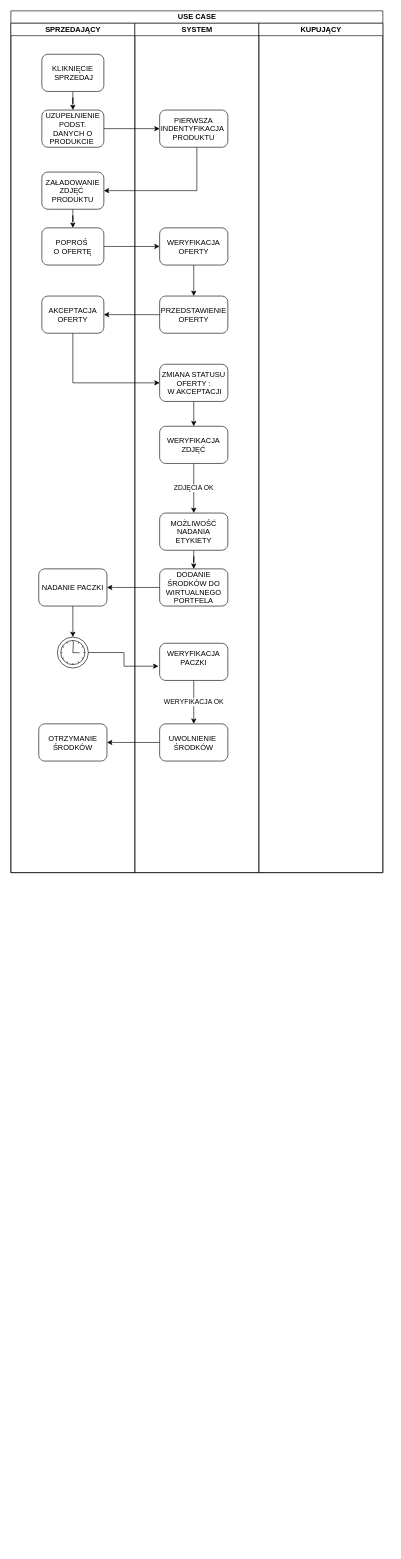
Above: page "Page-2" (2 of 2) of Boxes Use Case.drawio in Ahexx/Ether (draw.io), before the change. Source tidied: cells renumbered, new cells numbered last; positions are measured from the earlier drawing's top-left corner, leaving out a move shared by most shapes. Both pictures are drawn from the tidied source at 62%, with x=0, y=0 at pixel (11, 11).
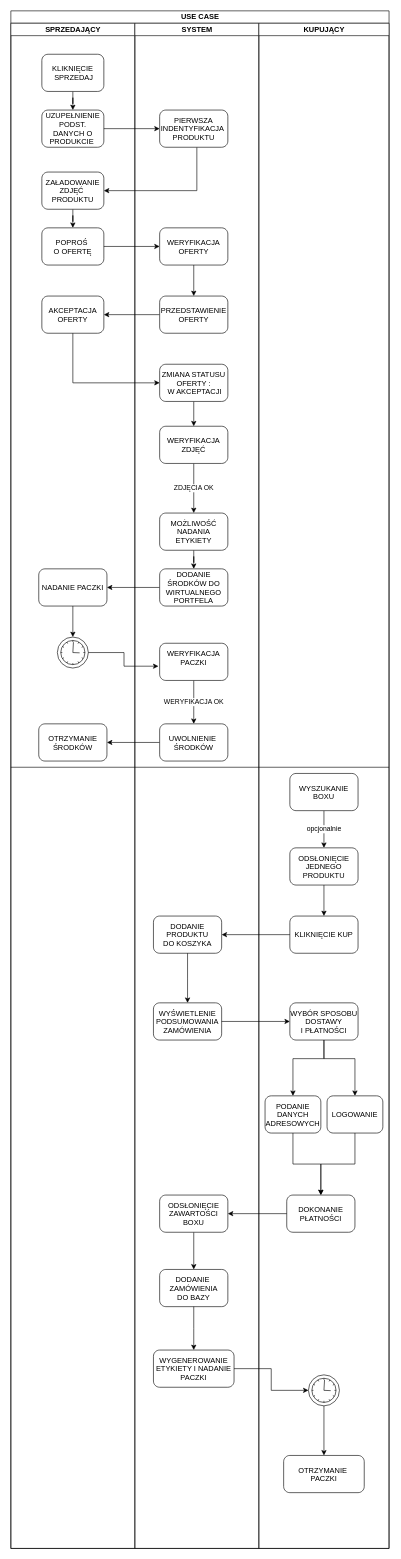
After the change.

The change refers to these unchanged cells:
```xml
<mxCell id="6" value="UZUPEŁNIENIE&#10;PODST.&#10; DANYCH O &#10;PRODUKCIE " style="points=[[0.25,0,0],[0.5,0,0],[0.75,0,0],[1,0.25,0],[1,0.5,0],[1,0.75,0],[0.75,1,0],[0.5,1,0],[0.25,1,0],[0,0.75,0],[0,0.5,0],[0,0.25,0]];shape=mxgraph.bpmn.task;rectStyle=rounded;size=10;taskMarker=abstract;labelBackgroundColor=none;" parent="3" vertex="1">
  <mxGeometry x="50" y="140" width="100" height="60" as="geometry" />
</mxCell>
<mxCell id="8" value="ZAŁADOWANIE&#10;ZDJĘĆ &#10;PRODUKTU" style="points=[[0.25,0,0],[0.5,0,0],[0.75,0,0],[1,0.25,0],[1,0.5,0],[1,0.75,0],[0.75,1,0],[0.5,1,0],[0.25,1,0],[0,0.75,0],[0,0.5,0],[0,0.25,0]];shape=mxgraph.bpmn.task;rectStyle=rounded;size=10;taskMarker=abstract;labelBackgroundColor=none;" parent="3" vertex="1">
  <mxGeometry x="50" y="240" width="100" height="60" as="geometry" />
</mxCell>
<mxCell id="9" value="POPROŚ &#10;O OFERTĘ" style="points=[[0.25,0,0],[0.5,0,0],[0.75,0,0],[1,0.25,0],[1,0.5,0],[1,0.75,0],[0.75,1,0],[0.5,1,0],[0.25,1,0],[0,0.75,0],[0,0.5,0],[0,0.25,0]];shape=mxgraph.bpmn.task;rectStyle=rounded;size=10;taskMarker=abstract;labelBackgroundColor=none;" parent="3" vertex="1">
  <mxGeometry x="50" y="330" width="100" height="60" as="geometry" />
</mxCell>
<mxCell id="10" value="AKCEPTACJA &#10;OFERTY" style="points=[[0.25,0,0],[0.5,0,0],[0.75,0,0],[1,0.25,0],[1,0.5,0],[1,0.75,0],[0.75,1,0],[0.5,1,0],[0.25,1,0],[0,0.75,0],[0,0.5,0],[0,0.25,0]];shape=mxgraph.bpmn.task;rectStyle=rounded;size=10;taskMarker=abstract;labelBackgroundColor=none;" parent="3" vertex="1">
  <mxGeometry x="50" y="440" width="100" height="60" as="geometry" />
</mxCell>
<mxCell id="12" value="&#10;NADANIE PACZKI&#10;" style="points=[[0.25,0,0],[0.5,0,0],[0.75,0,0],[1,0.25,0],[1,0.5,0],[1,0.75,0],[0.75,1,0],[0.5,1,0],[0.25,1,0],[0,0.75,0],[0,0.5,0],[0,0.25,0]];shape=mxgraph.bpmn.task;rectStyle=rounded;size=10;taskMarker=abstract;labelBackgroundColor=none;" parent="3" vertex="1">
  <mxGeometry x="45" y="880" width="110" height="60" as="geometry" />
</mxCell>
<mxCell id="13" style="points=[[0.145,0.145,0],[0.5,0,0],[0.855,0.145,0],[1,0.5,0],[0.855,0.855,0],[0.5,1,0],[0.145,0.855,0],[0,0.5,0]];shape=mxgraph.bpmn.event;html=1;verticalLabelPosition=bottom;labelBackgroundColor=#ffffff;verticalAlign=top;align=center;perimeter=ellipsePerimeter;outlineConnect=0;outline=standard;symbol=timer;fontColor=#080808;fillColor=#FFFFFF;" parent="3" vertex="1">
  <mxGeometry x="75" y="990" width="50" height="50" as="geometry" />
</mxCell>
<mxCell id="14" value="OTRZYMANIE&#10;ŚRODKÓW" style="points=[[0.25,0,0],[0.5,0,0],[0.75,0,0],[1,0.25,0],[1,0.5,0],[1,0.75,0],[0.75,1,0],[0.5,1,0],[0.25,1,0],[0,0.75,0],[0,0.5,0],[0,0.25,0]];shape=mxgraph.bpmn.task;rectStyle=rounded;size=10;taskMarker=abstract;labelBackgroundColor=none;" parent="3" vertex="1">
  <mxGeometry x="45" y="1130" width="110" height="60" as="geometry" />
</mxCell>
<mxCell id="16" value="PIERWSZA&#10;INDENTYFIKACJA &#10;PRODUKTU" style="points=[[0.25,0,0],[0.5,0,0],[0.75,0,0],[1,0.25,0],[1,0.5,0],[1,0.75,0],[0.75,1,0],[0.5,1,0],[0.25,1,0],[0,0.75,0],[0,0.5,0],[0,0.25,0]];shape=mxgraph.bpmn.task;rectStyle=rounded;size=10;taskMarker=abstract;labelBackgroundColor=none;" parent="15" vertex="1">
  <mxGeometry x="40" y="140" width="110" height="60" as="geometry" />
</mxCell>
<mxCell id="18" value="WERYFIKACJA&#10;OFERTY" style="points=[[0.25,0,0],[0.5,0,0],[0.75,0,0],[1,0.25,0],[1,0.5,0],[1,0.75,0],[0.75,1,0],[0.5,1,0],[0.25,1,0],[0,0.75,0],[0,0.5,0],[0,0.25,0]];shape=mxgraph.bpmn.task;rectStyle=rounded;size=10;taskMarker=abstract;labelBackgroundColor=none;" parent="15" vertex="1">
  <mxGeometry x="40" y="330" width="110" height="60" as="geometry" />
</mxCell>
<mxCell id="19" value="PRZEDSTAWIENIE&#10;OFERTY" style="points=[[0.25,0,0],[0.5,0,0],[0.75,0,0],[1,0.25,0],[1,0.5,0],[1,0.75,0],[0.75,1,0],[0.5,1,0],[0.25,1,0],[0,0.75,0],[0,0.5,0],[0,0.25,0]];shape=mxgraph.bpmn.task;rectStyle=rounded;size=10;taskMarker=abstract;labelBackgroundColor=none;" parent="15" vertex="1">
  <mxGeometry x="40" y="440" width="110" height="60" as="geometry" />
</mxCell>
<mxCell id="21" value="ZMIANA STATUSU&#10;OFERTY :&#10; W AKCEPTACJI" style="points=[[0.25,0,0],[0.5,0,0],[0.75,0,0],[1,0.25,0],[1,0.5,0],[1,0.75,0],[0.75,1,0],[0.5,1,0],[0.25,1,0],[0,0.75,0],[0,0.5,0],[0,0.25,0]];shape=mxgraph.bpmn.task;rectStyle=rounded;size=10;taskMarker=abstract;labelBackgroundColor=none;" parent="15" vertex="1">
  <mxGeometry x="40" y="550" width="110" height="60" as="geometry" />
</mxCell>
<mxCell id="26" value="DODANIE &#10;ŚRODKÓW DO&#10;WIRTUALNEGO &#10;PORTFELA" style="points=[[0.25,0,0],[0.5,0,0],[0.75,0,0],[1,0.25,0],[1,0.5,0],[1,0.75,0],[0.75,1,0],[0.5,1,0],[0.25,1,0],[0,0.75,0],[0,0.5,0],[0,0.25,0]];shape=mxgraph.bpmn.task;rectStyle=rounded;size=10;taskMarker=abstract;labelBackgroundColor=none;" parent="15" vertex="1">
  <mxGeometry x="40" y="880" width="110" height="60" as="geometry" />
</mxCell>
<mxCell id="28" value="WERYFIKACJA&#10;PACZKI&#10;" style="points=[[0.25,0,0],[0.5,0,0],[0.75,0,0],[1,0.25,0],[1,0.5,0],[1,0.75,0],[0.75,1,0],[0.5,1,0],[0.25,1,0],[0,0.75,0],[0,0.5,0],[0,0.25,0]];shape=mxgraph.bpmn.task;rectStyle=rounded;size=10;taskMarker=abstract;labelBackgroundColor=none;" parent="15" vertex="1">
  <mxGeometry x="40" y="1000" width="110" height="60" as="geometry" />
</mxCell>
<mxCell id="29" value="UWOLNIENIE &#10;ŚRODKÓW" style="points=[[0.25,0,0],[0.5,0,0],[0.75,0,0],[1,0.25,0],[1,0.5,0],[1,0.75,0],[0.75,1,0],[0.5,1,0],[0.25,1,0],[0,0.75,0],[0,0.5,0],[0,0.25,0]];shape=mxgraph.bpmn.task;rectStyle=rounded;size=10;taskMarker=abstract;labelBackgroundColor=none;" parent="15" vertex="1">
  <mxGeometry x="40" y="1130" width="110" height="60" as="geometry" />
</mxCell>
```

What changed in the source:
```diff
@@
     <mxCell id="2" value="USE CASE" style="swimlane;html=1;startSize=20;" parent="1" vertex="1">
-      <mxGeometry width="600" height="1390" as="geometry" />
+      <mxGeometry width="610" height="2480" as="geometry" />
     </mxCell>
     <mxCell id="3" value="SPRZEDAJĄCY" style="swimlane;html=1;startSize=20;" parent="2" vertex="1">
-      <mxGeometry y="20" width="200" height="1370" as="geometry" />
+      <mxGeometry y="20" width="200" height="2460" as="geometry" />
     </mxCell>
@@
+    <mxCell id="31" style="edgeStyle=orthogonalEdgeStyle;rounded=0;jettySize=auto;html=1;entryX=0;entryY=0.5;entryDx=0;entryDy=0;entryPerimeter=0;fontColor=#080808;" parent="2" edge="1" source="6" target="16">
+      <mxGeometry relative="1" as="geometry" />
+    </mxCell>
+    <mxCell id="32" style="edgeStyle=orthogonalEdgeStyle;rounded=0;jettySize=auto;html=1;entryX=1;entryY=0.5;entryDx=0;entryDy=0;entryPerimeter=0;fontColor=#080808;" parent="2" edge="1" source="16" target="8">
+      <mxGeometry relative="1" as="geometry">
+        <Array as="points">
+          <mxPoint x="300" y="290" />
+        </Array>
+      </mxGeometry>
+    </mxCell>
+    <mxCell id="33" style="edgeStyle=orthogonalEdgeStyle;rounded=0;jettySize=auto;html=1;entryX=0;entryY=0.5;entryDx=0;entryDy=0;entryPerimeter=0;fontColor=#080808;" parent="2" edge="1" source="9" target="18">
+      <mxGeometry relative="1" as="geometry" />
+    </mxCell>
+    <mxCell id="34" style="edgeStyle=orthogonalEdgeStyle;rounded=0;jettySize=auto;html=1;fontColor=#080808;" parent="2" edge="1" source="19" target="10">
+      <mxGeometry relative="1" as="geometry" />
+    </mxCell>
+    <mxCell id="35" style="edgeStyle=orthogonalEdgeStyle;rounded=0;jettySize=auto;html=1;entryX=1;entryY=0.5;entryDx=0;entryDy=0;entryPerimeter=0;fontColor=#080808;" parent="2" edge="1" source="26" target="12">
+      <mxGeometry relative="1" as="geometry" />
+    </mxCell>
+    <mxCell id="36" style="edgeStyle=orthogonalEdgeStyle;rounded=0;jettySize=auto;html=1;entryX=-0.018;entryY=0.617;entryDx=0;entryDy=0;entryPerimeter=0;fontColor=#080808;" parent="2" edge="1" source="13" target="28">
+      <mxGeometry relative="1" as="geometry" />
+    </mxCell>
+    <mxCell id="37" style="edgeStyle=orthogonalEdgeStyle;rounded=0;jettySize=auto;html=1;entryX=1;entryY=0.5;entryDx=0;entryDy=0;entryPerimeter=0;fontColor=#080808;" parent="2" edge="1" source="29" target="14">
+      <mxGeometry relative="1" as="geometry" />
+    </mxCell>
+    <mxCell id="38" style="edgeStyle=orthogonalEdgeStyle;rounded=0;jettySize=auto;html=1;entryX=0;entryY=0.5;entryDx=0;entryDy=0;entryPerimeter=0;fontColor=#080808;" parent="2" edge="1" source="10" target="21">
+      <mxGeometry relative="1" as="geometry">
+        <Array as="points">
+          <mxPoint x="100" y="600" />
+        </Array>
+      </mxGeometry>
+    </mxCell>
     <mxCell id="15" value="SYSTEM" style="swimlane;html=1;startSize=20;" parent="2" vertex="1">
-      <mxGeometry x="200" y="20" width="200" height="1370" as="geometry" />
+      <mxGeometry x="200" y="20" width="200" height="2460" as="geometry" />
     </mxCell>
@@
+    <mxCell id="39" value="DODANIE&#10;PRODUKTU&#10;DO KOSZYKA" style="points=[[0.25,0,0],[0.5,0,0],[0.75,0,0],[1,0.25,0],[1,0.5,0],[1,0.75,0],[0.75,1,0],[0.5,1,0],[0.25,1,0],[0,0.75,0],[0,0.5,0],[0,0.25,0]];shape=mxgraph.bpmn.task;rectStyle=rounded;size=10;taskMarker=abstract;labelBackgroundColor=none;" parent="15" vertex="1">
+      <mxGeometry x="30" y="1440" width="110" height="60" as="geometry" />
+    </mxCell>
+    <mxCell id="40" value="WYŚWIETLENIE&#10;PODSUMOWANIA&#10;ZAMÓWIENIA" style="points=[[0.25,0,0],[0.5,0,0],[0.75,0,0],[1,0.25,0],[1,0.5,0],[1,0.75,0],[0.75,1,0],[0.5,1,0],[0.25,1,0],[0,0.75,0],[0,0.5,0],[0,0.25,0]];shape=mxgraph.bpmn.task;rectStyle=rounded;size=10;taskMarker=abstract;labelBackgroundColor=none;" parent="15" vertex="1">
+      <mxGeometry x="30" y="1580" width="110" height="60" as="geometry" />
+    </mxCell>
+    <mxCell id="41" style="edgeStyle=orthogonalEdgeStyle;rounded=0;jettySize=auto;html=1;entryX=0.5;entryY=0;entryDx=0;entryDy=0;entryPerimeter=0;" parent="15" edge="1" source="42" target="43">
+      <mxGeometry relative="1" as="geometry" />
+    </mxCell>
+    <mxCell id="42" value="ODSŁONIĘCIE&#10;ZAWARTOŚCI&#10;BOXU" style="points=[[0.25,0,0],[0.5,0,0],[0.75,0,0],[1,0.25,0],[1,0.5,0],[1,0.75,0],[0.75,1,0],[0.5,1,0],[0.25,1,0],[0,0.75,0],[0,0.5,0],[0,0.25,0]];shape=mxgraph.bpmn.task;rectStyle=rounded;size=10;taskMarker=abstract;labelBackgroundColor=none;" parent="15" vertex="1">
+      <mxGeometry x="40" y="1890" width="110" height="60" as="geometry" />
+    </mxCell>
+    <mxCell id="43" value="DODANIE &#10;ZAMÓWIENIA&#10;DO BAZY" style="points=[[0.25,0,0],[0.5,0,0],[0.75,0,0],[1,0.25,0],[1,0.5,0],[1,0.75,0],[0.75,1,0],[0.5,1,0],[0.25,1,0],[0,0.75,0],[0,0.5,0],[0,0.25,0]];shape=mxgraph.bpmn.task;rectStyle=rounded;size=10;taskMarker=abstract;labelBackgroundColor=none;" parent="15" vertex="1">
+      <mxGeometry x="40" y="2010" width="110" height="60" as="geometry" />
+    </mxCell>
+    <mxCell id="44" value="WYGENEROWANIE&#10;ETYKIETY I NADANIE&#10;PACZKI" style="points=[[0.25,0,0],[0.5,0,0],[0.75,0,0],[1,0.25,0],[1,0.5,0],[1,0.75,0],[0.75,1,0],[0.5,1,0],[0.25,1,0],[0,0.75,0],[0,0.5,0],[0,0.25,0]];shape=mxgraph.bpmn.task;rectStyle=rounded;size=10;taskMarker=abstract;labelBackgroundColor=none;" parent="15" vertex="1">
+      <mxGeometry x="30" y="2140" width="130" height="60" as="geometry" />
+    </mxCell>
     <mxCell id="30" value="KUPUJĄCY" style="swimlane;html=1;startSize=20;" parent="2" vertex="1">
-      <mxGeometry x="400" y="20" width="200" height="1370" as="geometry" />
+      <mxGeometry x="400" y="20" width="210" height="2460" as="geometry" />
     </mxCell>
-    <mxCell id="31" style="edgeStyle=orthogonalEdgeStyle;rounded=0;jettySize=auto;html=1;entryX=0;entryY=0.5;entryDx=0;entryDy=0;entryPerimeter=0;fontColor=#080808;" parent="2" edge="1" source="6" target="16">
-      <mxGeometry relative="1" as="geometry" />
-    </mxCell>
-    <mxCell id="32" style="edgeStyle=orthogonalEdgeStyle;rounded=0;jettySize=auto;html=1;entryX=1;entryY=0.5;entryDx=0;entryDy=0;entryPerimeter=0;fontColor=#080808;" parent="2" edge="1" source="16" target="8">
-      <mxGeometry relative="1" as="geometry">
-        <Array as="points">
-          <mxPoint x="300" y="290" />
-        </Array>
-      </mxGeometry>
-    </mxCell>
-    <mxCell id="33" style="edgeStyle=orthogonalEdgeStyle;rounded=0;jettySize=auto;html=1;entryX=0;entryY=0.5;entryDx=0;entryDy=0;entryPerimeter=0;fontColor=#080808;" parent="2" edge="1" source="9" target="18">
-      <mxGeometry relative="1" as="geometry" />
-    </mxCell>
-    <mxCell id="34" style="edgeStyle=orthogonalEdgeStyle;rounded=0;jettySize=auto;html=1;fontColor=#080808;" parent="2" edge="1" source="19" target="10">
-      <mxGeometry relative="1" as="geometry" />
-    </mxCell>
-    <mxCell id="35" style="edgeStyle=orthogonalEdgeStyle;rounded=0;jettySize=auto;html=1;entryX=1;entryY=0.5;entryDx=0;entryDy=0;entryPerimeter=0;fontColor=#080808;" parent="2" edge="1" source="26" target="12">
-      <mxGeometry relative="1" as="geometry" />
-    </mxCell>
-    <mxCell id="36" style="edgeStyle=orthogonalEdgeStyle;rounded=0;jettySize=auto;html=1;entryX=-0.018;entryY=0.617;entryDx=0;entryDy=0;entryPerimeter=0;fontColor=#080808;" parent="2" edge="1" source="13" target="28">
-      <mxGeometry relative="1" as="geometry" />
-    </mxCell>
-    <mxCell id="37" style="edgeStyle=orthogonalEdgeStyle;rounded=0;jettySize=auto;html=1;entryX=1;entryY=0.5;entryDx=0;entryDy=0;entryPerimeter=0;fontColor=#080808;" parent="2" edge="1" source="29" target="14">
-      <mxGeometry relative="1" as="geometry" />
-    </mxCell>
-    <mxCell id="38" style="edgeStyle=orthogonalEdgeStyle;rounded=0;jettySize=auto;html=1;entryX=0;entryY=0.5;entryDx=0;entryDy=0;entryPerimeter=0;fontColor=#080808;" parent="2" edge="1" source="10" target="21">
-      <mxGeometry relative="1" as="geometry">
-        <Array as="points">
-          <mxPoint x="100" y="600" />
-        </Array>
-      </mxGeometry>
-    </mxCell>
+    <mxCell id="45" value="KLIKNIĘCIE KUP" style="points=[[0.25,0,0],[0.5,0,0],[0.75,0,0],[1,0.25,0],[1,0.5,0],[1,0.75,0],[0.75,1,0],[0.5,1,0],[0.25,1,0],[0,0.75,0],[0,0.5,0],[0,0.25,0]];shape=mxgraph.bpmn.task;rectStyle=rounded;size=10;taskMarker=abstract;labelBackgroundColor=none;" parent="30" vertex="1">
+      <mxGeometry x="50" y="1440" width="110" height="60" as="geometry" />
+    </mxCell>
+    <mxCell id="46" value="opcjonalnie" style="edgeStyle=orthogonalEdgeStyle;rounded=0;jettySize=auto;html=1;entryX=0.5;entryY=0;entryDx=0;entryDy=0;entryPerimeter=0;" parent="30" edge="1" source="47" target="49">
+      <mxGeometry relative="1" as="geometry" />
+    </mxCell>
+    <mxCell id="47" value="WYSZUKANIE&#10;BOXU" style="points=[[0.25,0,0],[0.5,0,0],[0.75,0,0],[1,0.25,0],[1,0.5,0],[1,0.75,0],[0.75,1,0],[0.5,1,0],[0.25,1,0],[0,0.75,0],[0,0.5,0],[0,0.25,0]];shape=mxgraph.bpmn.task;rectStyle=rounded;size=10;taskMarker=abstract;labelBackgroundColor=none;" parent="30" vertex="1">
+      <mxGeometry x="50" y="1210" width="110" height="60" as="geometry" />
+    </mxCell>
+    <mxCell id="48" style="edgeStyle=orthogonalEdgeStyle;rounded=0;jettySize=auto;html=1;entryX=0.5;entryY=0;entryDx=0;entryDy=0;entryPerimeter=0;" parent="30" edge="1" source="49" target="45">
+      <mxGeometry relative="1" as="geometry" />
+    </mxCell>
+    <mxCell id="49" value="ODSŁONIĘCIE&#10;JEDNEGO&#10;PRODUKTU" style="points=[[0.25,0,0],[0.5,0,0],[0.75,0,0],[1,0.25,0],[1,0.5,0],[1,0.75,0],[0.75,1,0],[0.5,1,0],[0.25,1,0],[0,0.75,0],[0,0.5,0],[0,0.25,0]];shape=mxgraph.bpmn.task;rectStyle=rounded;size=10;taskMarker=abstract;labelBackgroundColor=none;" parent="30" vertex="1">
+      <mxGeometry x="50" y="1330" width="110" height="60" as="geometry" />
+    </mxCell>
+    <mxCell id="50" style="edgeStyle=orthogonalEdgeStyle;rounded=0;jettySize=auto;html=1;entryX=0.5;entryY=0;entryDx=0;entryDy=0;entryPerimeter=0;" parent="30" edge="1" source="51" target="55">
+      <mxGeometry relative="1" as="geometry">
+        <Array as="points">
+          <mxPoint x="105" y="1670" />
+          <mxPoint x="155" y="1670" />
+        </Array>
+      </mxGeometry>
+    </mxCell>
+    <mxCell id="51" value="WYBÓR SPOSOBU&#10;DOSTAWY &#10;I PŁATNOŚCI" style="points=[[0.25,0,0],[0.5,0,0],[0.75,0,0],[1,0.25,0],[1,0.5,0],[1,0.75,0],[0.75,1,0],[0.5,1,0],[0.25,1,0],[0,0.75,0],[0,0.5,0],[0,0.25,0]];shape=mxgraph.bpmn.task;rectStyle=rounded;size=10;taskMarker=abstract;labelBackgroundColor=none;" parent="30" vertex="1">
+      <mxGeometry x="50" y="1580" width="110" height="60" as="geometry" />
+    </mxCell>
+    <mxCell id="52" style="edgeStyle=orthogonalEdgeStyle;rounded=0;jettySize=auto;html=1;entryX=0.5;entryY=0;entryDx=0;entryDy=0;entryPerimeter=0;" parent="30" edge="1" source="53" target="57">
+      <mxGeometry relative="1" as="geometry" />
+    </mxCell>
+    <mxCell id="53" value="PODANIE &#10;DANYCH&#10;ADRESOWYCH" style="points=[[0.25,0,0],[0.5,0,0],[0.75,0,0],[1,0.25,0],[1,0.5,0],[1,0.75,0],[0.75,1,0],[0.5,1,0],[0.25,1,0],[0,0.75,0],[0,0.5,0],[0,0.25,0]];shape=mxgraph.bpmn.task;rectStyle=rounded;size=10;taskMarker=abstract;labelBackgroundColor=none;" parent="30" vertex="1">
+      <mxGeometry x="10" y="1730" width="90" height="60" as="geometry" />
+    </mxCell>
+    <mxCell id="54" style="edgeStyle=orthogonalEdgeStyle;rounded=0;jettySize=auto;html=1;entryX=0.5;entryY=0;entryDx=0;entryDy=0;entryPerimeter=0;" parent="30" edge="1" source="55" target="57">
+      <mxGeometry relative="1" as="geometry" />
+    </mxCell>
+    <mxCell id="55" value="LOGOWANIE" style="points=[[0.25,0,0],[0.5,0,0],[0.75,0,0],[1,0.25,0],[1,0.5,0],[1,0.75,0],[0.75,1,0],[0.5,1,0],[0.25,1,0],[0,0.75,0],[0,0.5,0],[0,0.25,0]];shape=mxgraph.bpmn.task;rectStyle=rounded;size=10;taskMarker=abstract;labelBackgroundColor=none;" parent="30" vertex="1">
+      <mxGeometry x="110" y="1730" width="90" height="60" as="geometry" />
+    </mxCell>
+    <mxCell id="56" style="edgeStyle=orthogonalEdgeStyle;rounded=0;jettySize=auto;html=1;exitX=0.5;exitY=1;exitDx=0;exitDy=0;exitPerimeter=0;entryX=0.5;entryY=0;entryDx=0;entryDy=0;entryPerimeter=0;" parent="30" edge="1" source="51" target="53">
+      <mxGeometry relative="1" as="geometry">
+        <Array as="points">
+          <mxPoint x="105" y="1670" />
+          <mxPoint x="55" y="1670" />
+        </Array>
+      </mxGeometry>
+    </mxCell>
+    <mxCell id="57" value="DOKONANIE&#10;PŁATNOŚCI" style="points=[[0.25,0,0],[0.5,0,0],[0.75,0,0],[1,0.25,0],[1,0.5,0],[1,0.75,0],[0.75,1,0],[0.5,1,0],[0.25,1,0],[0,0.75,0],[0,0.5,0],[0,0.25,0]];shape=mxgraph.bpmn.task;rectStyle=rounded;size=10;taskMarker=abstract;labelBackgroundColor=none;" parent="30" vertex="1">
+      <mxGeometry x="45" y="1890" width="110" height="60" as="geometry" />
+    </mxCell>
+    <mxCell id="58" style="edgeStyle=orthogonalEdgeStyle;rounded=0;jettySize=auto;html=1;entryX=0.5;entryY=0;entryDx=0;entryDy=0;entryPerimeter=0;" parent="30" edge="1" source="59" target="60">
+      <mxGeometry relative="1" as="geometry" />
+    </mxCell>
+    <mxCell id="59" style="points=[[0.145,0.145,0],[0.5,0,0],[0.855,0.145,0],[1,0.5,0],[0.855,0.855,0],[0.5,1,0],[0.145,0.855,0],[0,0.5,0]];shape=mxgraph.bpmn.event;html=1;verticalLabelPosition=bottom;labelBackgroundColor=#ffffff;verticalAlign=top;align=center;perimeter=ellipsePerimeter;outlineConnect=0;outline=standard;symbol=timer;fontColor=#080808;fillColor=#FFFFFF;" parent="30" vertex="1">
+      <mxGeometry x="80" y="2180" width="50" height="50" as="geometry" />
+    </mxCell>
+    <mxCell id="60" value="OTRZYMANIE &#10;PACZKI" style="points=[[0.25,0,0],[0.5,0,0],[0.75,0,0],[1,0.25,0],[1,0.5,0],[1,0.75,0],[0.75,1,0],[0.5,1,0],[0.25,1,0],[0,0.75,0],[0,0.5,0],[0,0.25,0]];shape=mxgraph.bpmn.task;rectStyle=rounded;size=10;taskMarker=abstract;labelBackgroundColor=none;" parent="30" vertex="1">
+      <mxGeometry x="40" y="2310" width="130" height="60" as="geometry" />
+    </mxCell>
+    <mxCell id="61" style="edgeStyle=orthogonalEdgeStyle;rounded=0;jettySize=auto;html=1;entryX=1;entryY=0.5;entryDx=0;entryDy=0;entryPerimeter=0;" parent="2" edge="1" source="45" target="39">
+      <mxGeometry relative="1" as="geometry" />
+    </mxCell>
+    <mxCell id="62" style="edgeStyle=orthogonalEdgeStyle;rounded=0;jettySize=auto;html=1;entryX=0;entryY=0.5;entryDx=0;entryDy=0;entryPerimeter=0;" parent="2" edge="1" source="40" target="51">
+      <mxGeometry relative="1" as="geometry" />
+    </mxCell>
+    <mxCell id="63" style="edgeStyle=orthogonalEdgeStyle;rounded=0;jettySize=auto;html=1;entryX=1;entryY=0.5;entryDx=0;entryDy=0;entryPerimeter=0;" parent="2" edge="1" source="57" target="42">
+      <mxGeometry relative="1" as="geometry" />
+    </mxCell>
+    <mxCell id="64" style="edgeStyle=orthogonalEdgeStyle;rounded=0;jettySize=auto;html=1;" parent="2" edge="1" source="44" target="59">
+      <mxGeometry relative="1" as="geometry" />
+    </mxCell>
+    <mxCell id="65" style="edgeStyle=orthogonalEdgeStyle;rounded=0;jettySize=auto;html=1;" parent="1" edge="1" source="39">
+      <mxGeometry relative="1" as="geometry">
+        <mxPoint x="285" y="1600" as="targetPoint" />
+      </mxGeometry>
+    </mxCell>
+    <mxCell id="66" style="edgeStyle=orthogonalEdgeStyle;rounded=0;jettySize=auto;html=1;" parent="1" edge="1" source="43">
+      <mxGeometry relative="1" as="geometry">
+        <mxPoint x="295" y="2160" as="targetPoint" />
+      </mxGeometry>
+    </mxCell>
+    <mxCell id="67" style="endArrow=none;html=1;" parent="1" edge="1">
+      <mxGeometry relative="1" as="geometry">
+        <mxPoint y="1220" as="sourcePoint" />
+        <mxPoint x="610" y="1220" as="targetPoint" />
+      </mxGeometry>
+    </mxCell>
```
